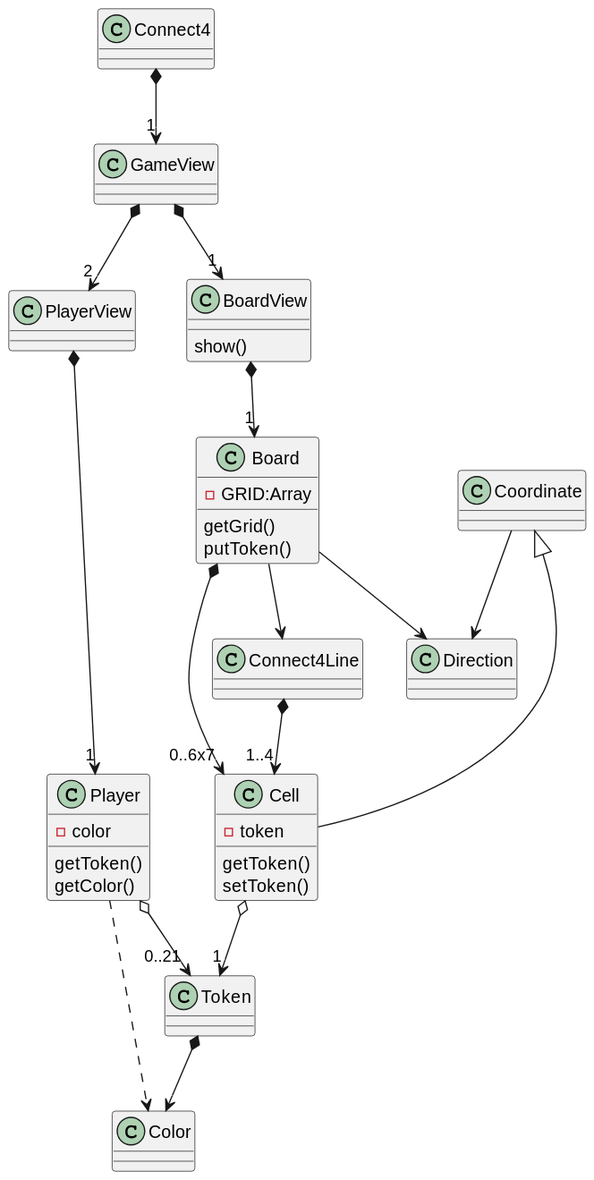
The PlantUML diagram out/connect4/connect4/Connect4.svg in olaft/mpds-javascript, before a commit.
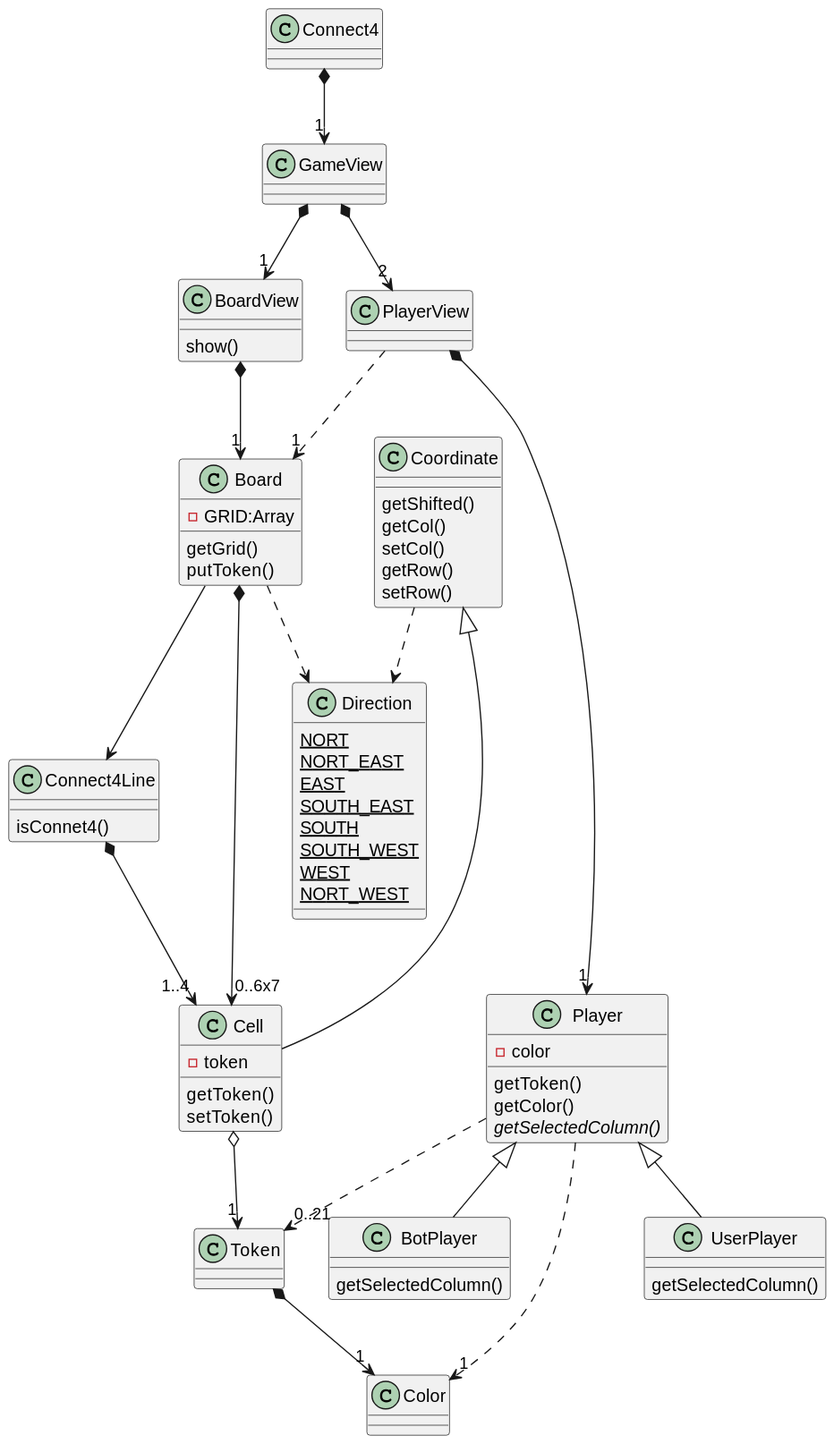
The same diagram one commit later.

The edit, as a diff of the source:
```diff
@@ -1,7 +1,16 @@
 @startuml Connect4
 class Connect4
 
-class Direction
+class Direction {
+    {static} NORT
+    {static} NORT_EAST
+    {static} EAST
+    {static} SOUTH_EAST
+    {static} SOUTH
+    {static} SOUTH_WEST
+    {static} WEST
+    {static} NORT_WEST
+}
 
 class Board{
     -GRID:Array
@@ -19,17 +28,32 @@
     -color
     getToken()
     getColor()
+    {abstract} getSelectedColumn()
+}
+class UserPlayer {
+    getSelectedColumn()
+}
+class BotPlayer {
+    getSelectedColumn()
 }
 class Cell {
     -token
     getToken()
     setToken()
 }
-class Coordinate
+class Coordinate {
+    getShifted()
+    getCol()
+    setCol()
+    getRow()
+    setRow()
+}
 class Token
 class Color{
 }
-class Connect4Line
+class Connect4Line {
+    isConnet4()
+}
 
 Connect4 *--> "1" GameView
 GameView *--> "2" PlayerView
@@ -38,13 +62,15 @@
 BoardView *--> "1" Board
 Connect4Line *--> "1..4" Cell
 Board --> Connect4Line
-Board --> Direction
-Token *--> Color
-Player o--> "0..21" Token
-Player ..> Color
-
+Board ..> Direction
+Token *--> "1" Color
+PlayerView ..> "1" Board
+Player ..> "0..21" Token
+Player ..> "1"Color
+Player <|-- UserPlayer
+Player <|-- BotPlayer
 Coordinate <|-- Cell
-Coordinate --> Direction
+Coordinate ..> Direction
 Board *---> "0..6x7" Cell
 Cell o--> "1" Token
 @enduml
```
